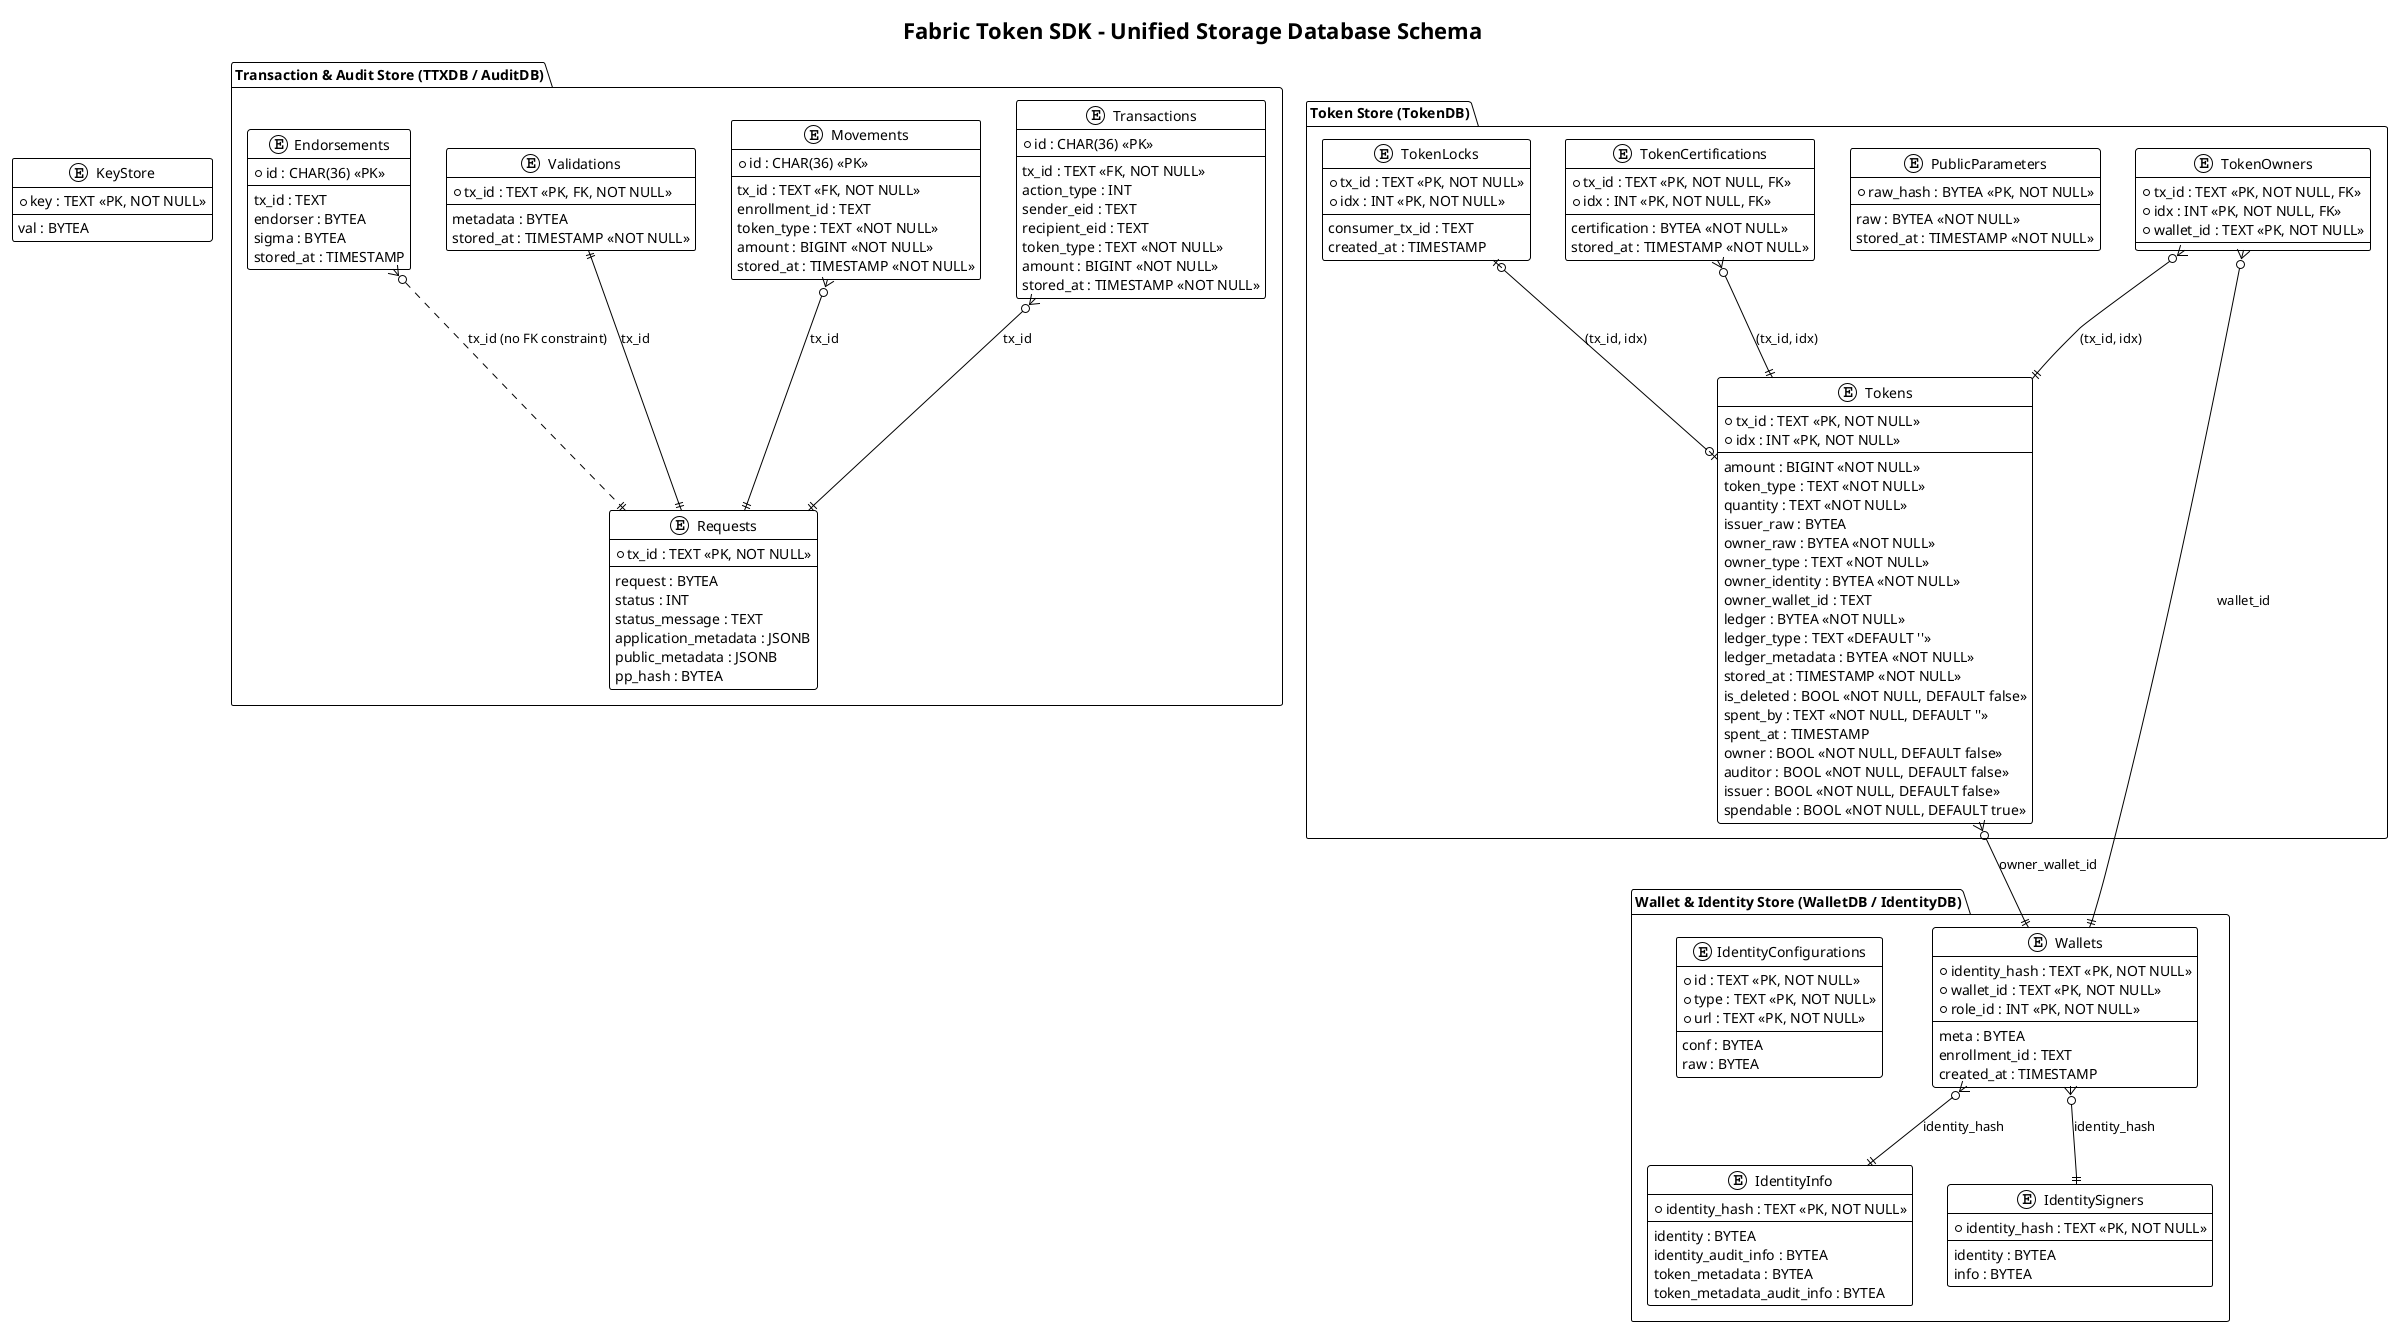
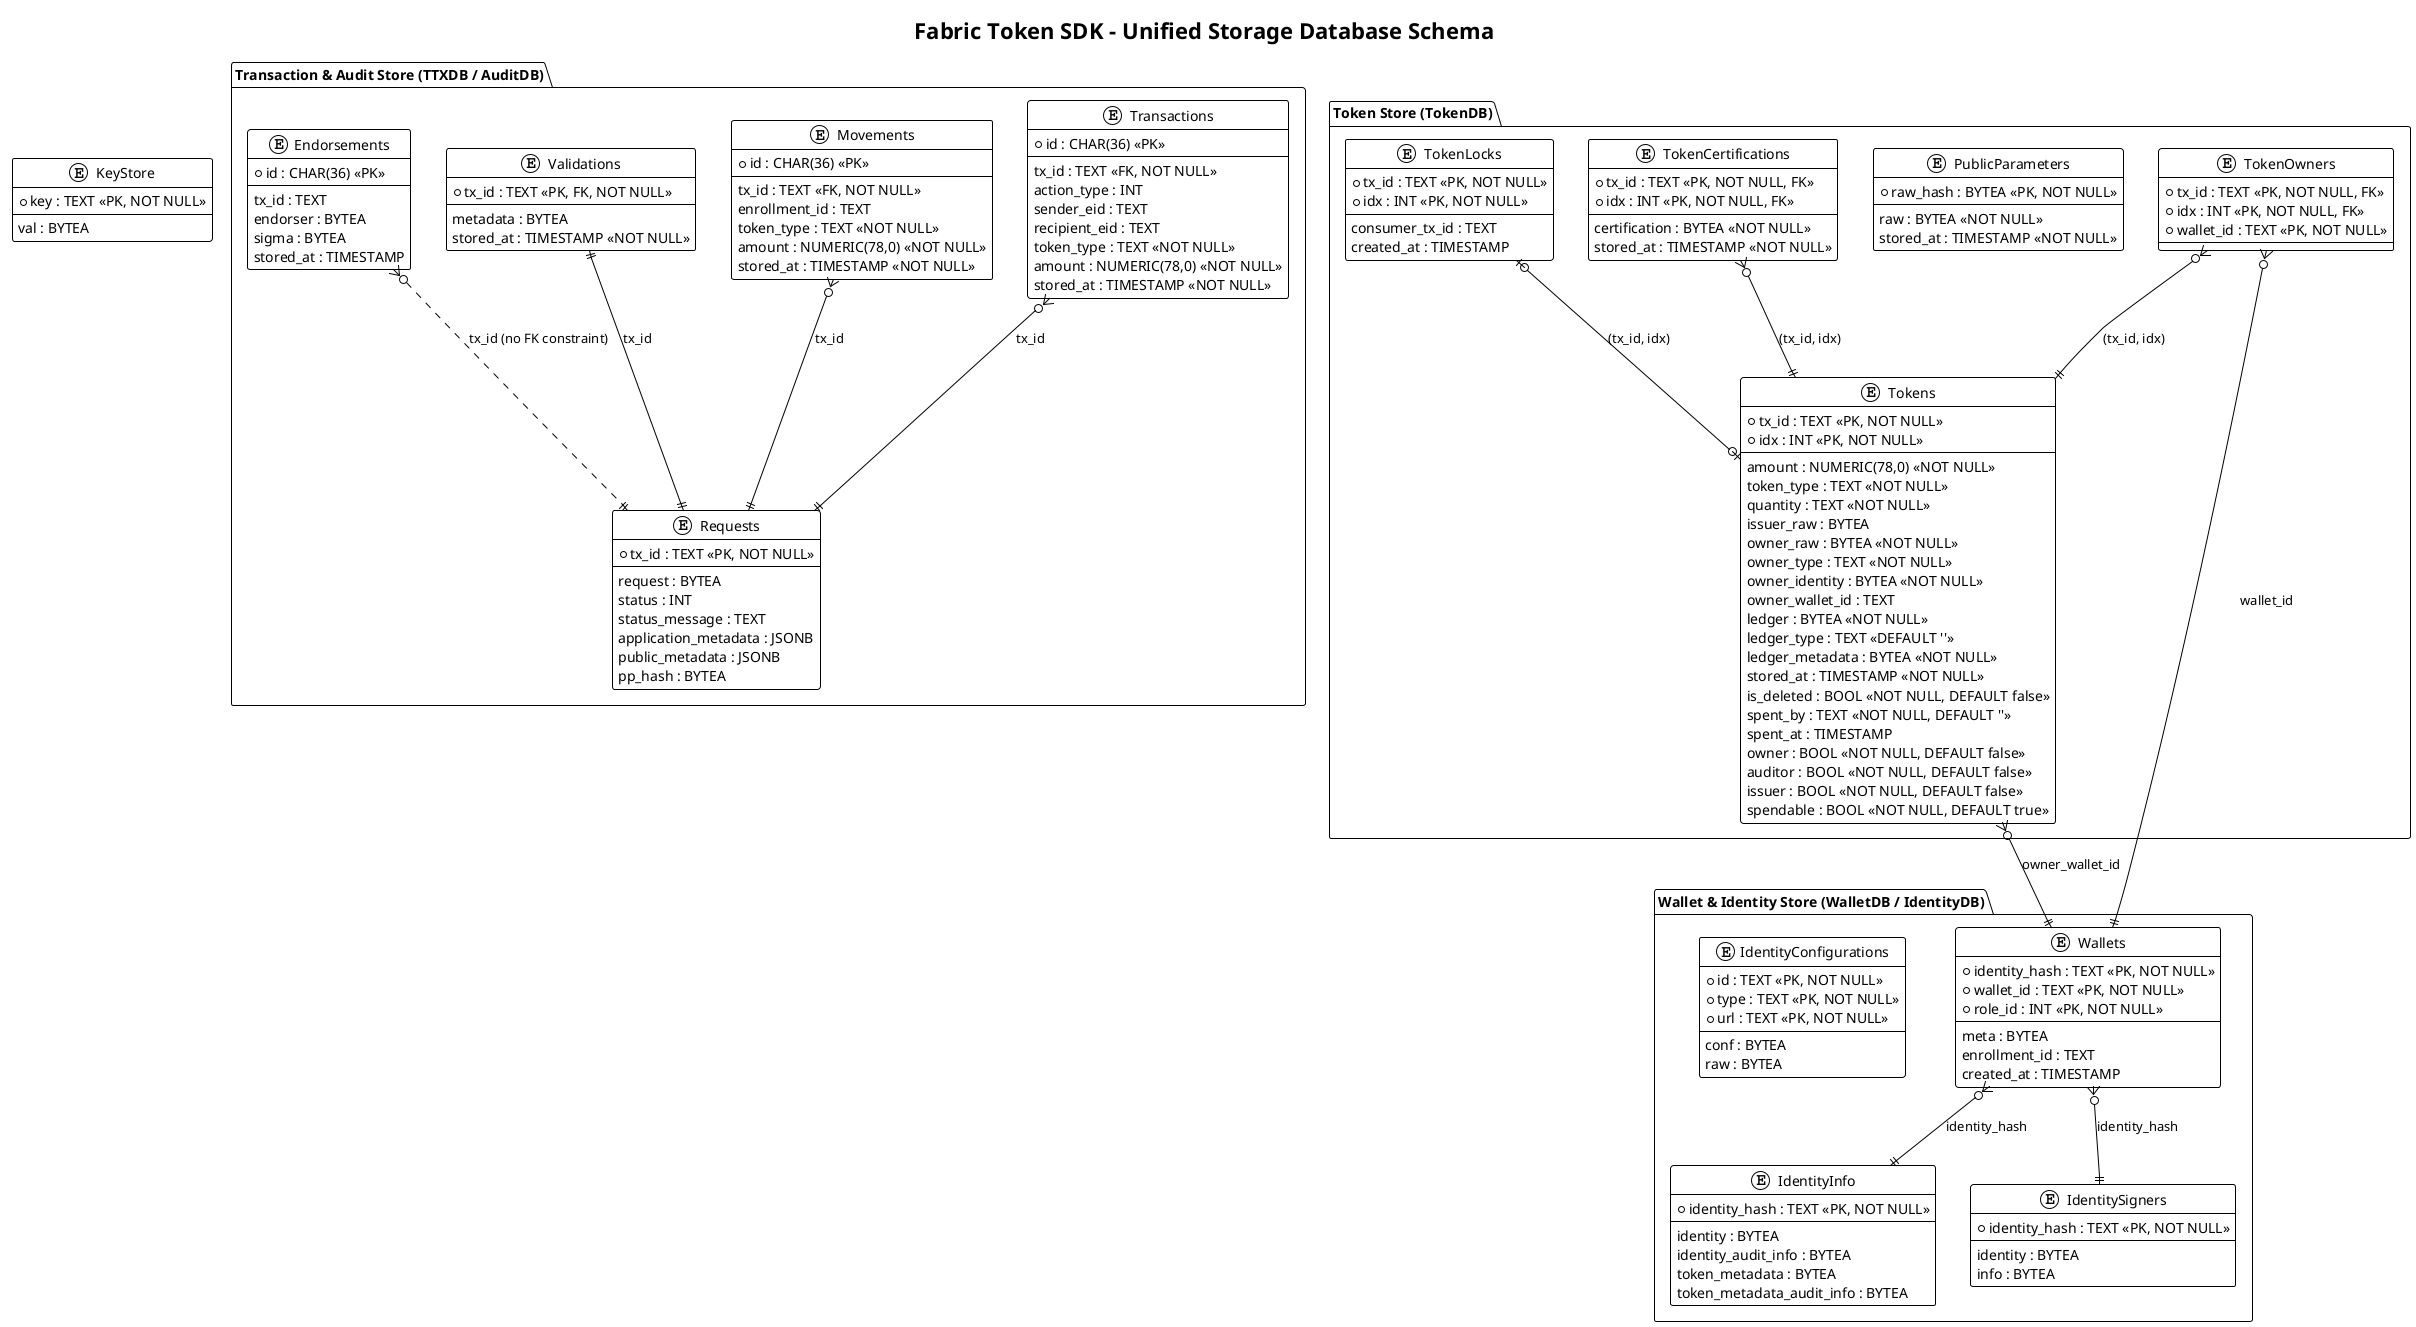
@startuml
!theme plain
skinparam componentStyle rectangle

title Fabric Token SDK - Unified Storage Database Schema

package "Transaction & Audit Store (TTXDB / AuditDB)" {
    entity "Requests" as requests {
        * tx_id : TEXT <<PK, NOT NULL>>
        --
        request : BYTEA
        status : INT
        status_message : TEXT
        application_metadata : JSONB
        public_metadata : JSONB
        pp_hash : BYTEA
    }

    entity "Transactions" as txs {
        * id : CHAR(36) <<PK>>
        --
        tx_id : TEXT <<FK, NOT NULL>>
        action_type : INT
        sender_eid : TEXT
        recipient_eid : TEXT
        token_type : TEXT <<NOT NULL>>
-         amount : BIGINT <<NOT NULL>>
+         amount : NUMERIC(78,0) <<NOT NULL>>
        stored_at : TIMESTAMP <<NOT NULL>>
    }

    entity "Movements" as movements {
        * id : CHAR(36) <<PK>>
        --
        tx_id : TEXT <<FK, NOT NULL>>
        enrollment_id : TEXT
        token_type : TEXT <<NOT NULL>>
-         amount : BIGINT <<NOT NULL>>
+         amount : NUMERIC(78,0) <<NOT NULL>>
        stored_at : TIMESTAMP <<NOT NULL>>
    }

    entity "Validations" as req_vals {
        * tx_id : TEXT <<PK, FK, NOT NULL>>
        --
        metadata : BYTEA
        stored_at : TIMESTAMP <<NOT NULL>>
    }

    entity "Endorsements" as tx_ends {
        * id : CHAR(36) <<PK>>
        --
        tx_id : TEXT
        endorser : BYTEA
        sigma : BYTEA
        stored_at : TIMESTAMP
    }

    txs }o--|| requests : "tx_id"
    movements }o--|| requests : "tx_id"
    req_vals ||--|| requests : "tx_id"
    tx_ends }o..|| requests : "tx_id (no FK constraint)"
}

package "Token Store (TokenDB)" {
    entity "Tokens" as tokens {
        * tx_id : TEXT <<PK, NOT NULL>>
        * idx : INT <<PK, NOT NULL>>
        --
-         amount : BIGINT <<NOT NULL>>
+         amount : NUMERIC(78,0) <<NOT NULL>>
        token_type : TEXT <<NOT NULL>>
        quantity : TEXT <<NOT NULL>>
        issuer_raw : BYTEA
        owner_raw : BYTEA <<NOT NULL>>
        owner_type : TEXT <<NOT NULL>>
        owner_identity : BYTEA <<NOT NULL>>
        owner_wallet_id : TEXT
        ledger : BYTEA <<NOT NULL>>
        ledger_type : TEXT <<DEFAULT ''>>
        ledger_metadata : BYTEA <<NOT NULL>>
        stored_at : TIMESTAMP <<NOT NULL>>
        is_deleted : BOOL <<NOT NULL, DEFAULT false>>
        spent_by : TEXT <<NOT NULL, DEFAULT ''>>
        spent_at : TIMESTAMP
        owner : BOOL <<NOT NULL, DEFAULT false>>
        auditor : BOOL <<NOT NULL, DEFAULT false>>
        issuer : BOOL <<NOT NULL, DEFAULT false>>
        spendable : BOOL <<NOT NULL, DEFAULT true>>
    }

    entity "TokenOwners" as tkn_own {
        * tx_id : TEXT <<PK, NOT NULL, FK>>
        * idx : INT <<PK, NOT NULL, FK>>
        * wallet_id : TEXT <<PK, NOT NULL>>
    }

    entity "PublicParameters" as public_params {
        * raw_hash : BYTEA <<PK, NOT NULL>>
        --
        raw : BYTEA <<NOT NULL>>
        stored_at : TIMESTAMP <<NOT NULL>>
    }

    entity "TokenCertifications" as tkn_crts {
        * tx_id : TEXT <<PK, NOT NULL, FK>>
        * idx : INT <<PK, NOT NULL, FK>>
        --
        certification : BYTEA <<NOT NULL>>
        stored_at : TIMESTAMP <<NOT NULL>>
    }

    entity "TokenLocks" as tkn_locks {
        * tx_id : TEXT <<PK, NOT NULL>>
        * idx : INT <<PK, NOT NULL>>
        --
        consumer_tx_id : TEXT
        created_at : TIMESTAMP
    }

    tkn_own }o--|| tokens : "(tx_id, idx)"
    tkn_crts }o--|| tokens : "(tx_id, idx)"
    tkn_locks |o--o| tokens : "(tx_id, idx)"
}

package "Wallet & Identity Store (WalletDB / IdentityDB)" {
    entity "Wallets" as wallets {
        * identity_hash : TEXT <<PK, NOT NULL>>
        * wallet_id : TEXT <<PK, NOT NULL>>
        * role_id : INT <<PK, NOT NULL>>
        --
        meta : BYTEA
        enrollment_id : TEXT
        created_at : TIMESTAMP
    }

    entity "IdentityConfigurations" as id_cfgs {
        * id : TEXT <<PK, NOT NULL>>
        * type : TEXT <<PK, NOT NULL>>
        * url : TEXT <<PK, NOT NULL>>
        --
        conf : BYTEA
        raw : BYTEA
    }

    entity "IdentityInfo" as id_info {
        * identity_hash : TEXT <<PK, NOT NULL>>
        --
        identity : BYTEA
        identity_audit_info : BYTEA
        token_metadata : BYTEA
        token_metadata_audit_info : BYTEA
    }

    entity "IdentitySigners" as id_signers {
        * identity_hash : TEXT <<PK, NOT NULL>>
        --
        identity : BYTEA
        info : BYTEA
    }

    wallets }o--|| id_info : "identity_hash"
    wallets }o--|| id_signers : "identity_hash"
}

entity "KeyStore" as key_store {
    * key : TEXT <<PK, NOT NULL>>
    --
    val : BYTEA
}

' Relationships between packages
tkn_own }o--|| wallets : "wallet_id"
tokens }o--|| wallets : "owner_wallet_id"

@enduml